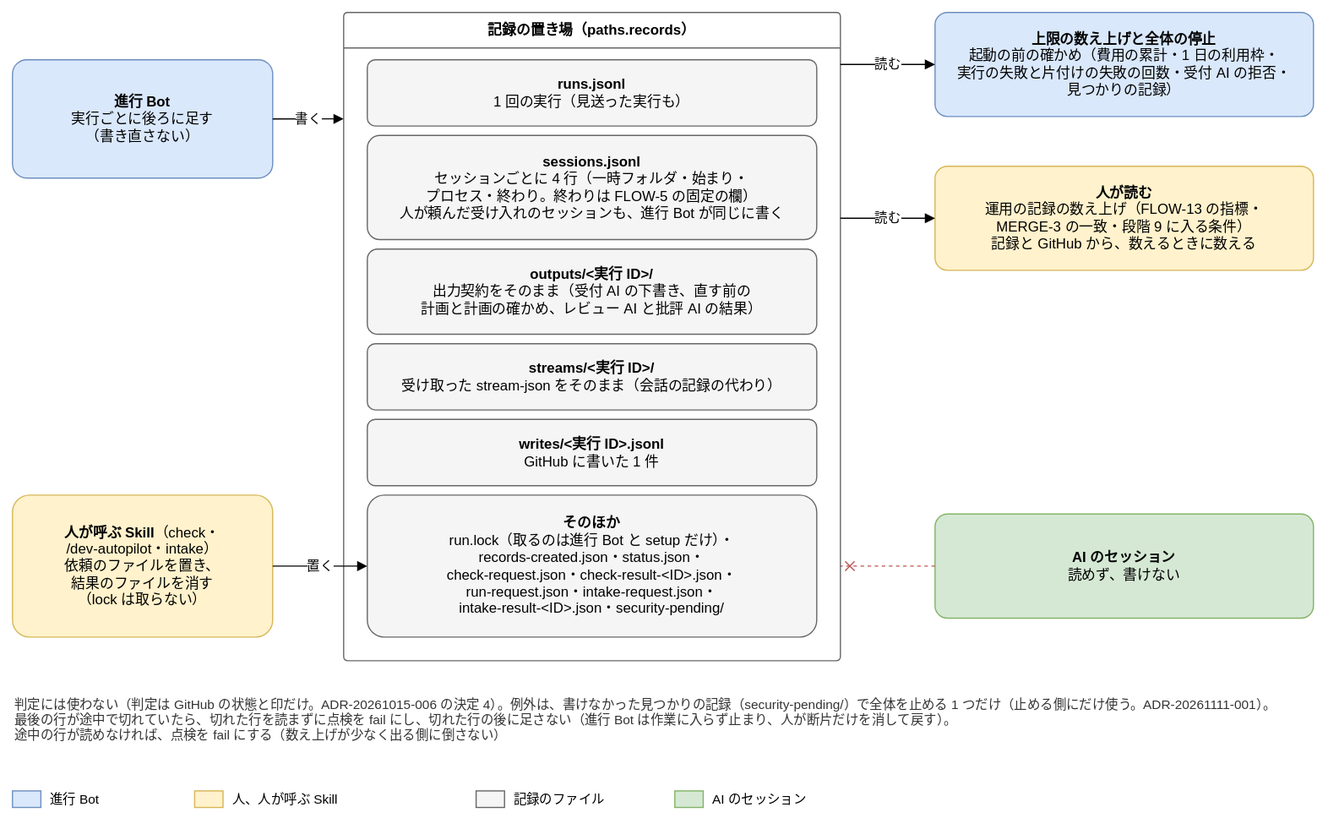
The draw.io diagram docs/design/basic/diagrams/02-records.drawio.svg in Joymerrevent/dev-autopilot, before a commit. Source tidied: cells renumbered, new cells last; positions are measured from the earlier drawing's top-left corner, leaving out a move shared by most shapes. Source of this version:
```xml
<mxGraphModel background="#ffffff">
  <root>
    <mxCell id="0" />
    <mxCell id="1" parent="0" />
    <mxCell id="2" value="記録の置き場（paths.records）" style="swimlane;startSize=30;html=1;whiteSpace=wrap;rounded=1;arcSize=4;fontStyle=1;fontSize=12;strokeColor=#666666;fillColor=none;swimlaneFillColor=none;" parent="1" vertex="1">
      <mxGeometry x="280" width="420" height="548" as="geometry" />
    </mxCell>
    <mxCell id="3" value="&lt;b&gt;runs.jsonl&lt;/b&gt;&lt;br&gt;1 回の実行（見送った実行も）" style="rounded=1;whiteSpace=wrap;html=1;fontSize=12;arcSize=12;fillColor=#f5f5f5;strokeColor=#666666;spacing=8;" parent="1" vertex="1">
      <mxGeometry x="300" y="40" width="380" height="56" as="geometry" />
    </mxCell>
    <mxCell id="4" value="&lt;b&gt;sessions.jsonl&lt;/b&gt;&lt;br&gt;セッションごとに 4 行（一時フォルダ・始まり・&lt;br&gt;プロセス・終わり。終わりは FLOW-5 の固定の欄）&lt;br&gt;人が頼んだ受け入れのセッションも、進行 Bot が同じに書く" style="rounded=1;whiteSpace=wrap;html=1;fontSize=12;arcSize=12;fillColor=#f5f5f5;strokeColor=#666666;spacing=8;" parent="1" vertex="1">
      <mxGeometry x="300" y="104" width="380" height="88" as="geometry" />
    </mxCell>
    <mxCell id="5" value="&lt;b&gt;outputs/&amp;lt;実行 ID&amp;gt;/&lt;/b&gt;&lt;br&gt;出力契約をそのまま（受付 AI の下書き、直す前の&lt;br&gt;計画と計画の確かめ、レビュー AI と批評 AI の結果）" style="rounded=1;whiteSpace=wrap;html=1;fontSize=12;arcSize=12;fillColor=#f5f5f5;strokeColor=#666666;spacing=8;" parent="1" vertex="1">
      <mxGeometry x="300" y="200" width="380" height="72" as="geometry" />
    </mxCell>
    <mxCell id="6" value="&lt;b&gt;streams/&amp;lt;実行 ID&amp;gt;/&lt;/b&gt;&lt;br&gt;受け取った stream-json をそのまま（会話の記録の代わり）" style="rounded=1;whiteSpace=wrap;html=1;fontSize=12;arcSize=12;fillColor=#f5f5f5;strokeColor=#666666;spacing=8;" parent="1" vertex="1">
      <mxGeometry x="300" y="280" width="380" height="56" as="geometry" />
    </mxCell>
    <mxCell id="7" value="&lt;b&gt;writes/&amp;lt;実行 ID&amp;gt;.jsonl&lt;/b&gt;&lt;br&gt;GitHub に書いた 1 件" style="rounded=1;whiteSpace=wrap;html=1;fontSize=12;arcSize=12;fillColor=#f5f5f5;strokeColor=#666666;spacing=8;" parent="1" vertex="1">
      <mxGeometry x="300" y="344" width="380" height="56" as="geometry" />
    </mxCell>
    <mxCell id="8" value="&lt;b&gt;そのほか&lt;/b&gt;&lt;br&gt;run.lock（取るのは進行 Bot と setup だけ）・&lt;br&gt;records-created.json・status.json・&lt;br&gt;check-request.json・check-result-&amp;lt;ID&amp;gt;.json・&lt;br&gt;run-request.json・intake-request.json・&lt;br&gt;intake-result-&amp;lt;ID&amp;gt;.json・security-pending/" style="rounded=1;whiteSpace=wrap;html=1;fontSize=12;arcSize=12;fillColor=#f5f5f5;strokeColor=#666666;spacing=8;" parent="1" vertex="1">
      <mxGeometry x="300" y="408" width="380" height="120" as="geometry" />
    </mxCell>
    <mxCell id="9" value="&lt;b&gt;進行 Bot&lt;/b&gt;&lt;br&gt;実行ごとに後ろに足す&lt;br&gt;（書き直さない）" style="rounded=1;whiteSpace=wrap;html=1;fontSize=12;arcSize=12;fillColor=#dae8fc;strokeColor=#6c8ebf;spacing=8;" parent="1" vertex="1">
      <mxGeometry y="40" width="220" height="100" as="geometry" />
    </mxCell>
    <mxCell id="10" value="書く" style="edgeStyle=orthogonalEdgeStyle;rounded=1;html=1;endArrow=block;endFill=1;fontSize=11;labelBackgroundColor=#ffffff;exitX=1;exitY=0.5;exitDx=0;exitDy=0;entryX=0;entryY=0.1642;entryDx=0;entryDy=0;" parent="1" edge="1" source="9" target="2">
      <mxGeometry relative="1" as="geometry" />
    </mxCell>
    <mxCell id="11" value="&lt;b&gt;人が呼ぶ Skill&lt;/b&gt;（check・&lt;br&gt;/dev-autopilot・intake）&lt;br&gt;依頼のファイルを置き、&lt;br&gt;結果のファイルを消す&lt;br&gt;（lock は取らない）" style="rounded=1;whiteSpace=wrap;html=1;fontSize=12;arcSize=12;fillColor=#fff2cc;strokeColor=#d6b656;spacing=8;" parent="1" vertex="1">
      <mxGeometry y="408" width="220" height="120" as="geometry" />
    </mxCell>
    <mxCell id="12" value="置く" style="edgeStyle=orthogonalEdgeStyle;rounded=1;html=1;endArrow=block;endFill=1;fontSize=11;labelBackgroundColor=#ffffff;exitX=1;exitY=0.5;exitDx=0;exitDy=0;entryX=0;entryY=0.5;entryDx=0;entryDy=0;" parent="1" edge="1" source="11" target="8">
      <mxGeometry relative="1" as="geometry" />
    </mxCell>
    <mxCell id="13" value="&lt;b&gt;上限の数え上げと全体の停止&lt;/b&gt;&lt;br&gt;起動の前の確かめ（費用の累計・1 日の利用枠・&lt;br&gt;実行の失敗と片付けの失敗の回数・受付 AI の拒否・&lt;br&gt;見つかりの記録）" style="rounded=1;whiteSpace=wrap;html=1;fontSize=12;arcSize=12;fillColor=#dae8fc;strokeColor=#6c8ebf;spacing=8;" parent="1" vertex="1">
      <mxGeometry x="780" width="320" height="88" as="geometry" />
    </mxCell>
    <mxCell id="14" value="読む" style="edgeStyle=orthogonalEdgeStyle;rounded=1;html=1;endArrow=block;endFill=1;fontSize=11;labelBackgroundColor=#ffffff;exitX=1;exitY=0.0803;exitDx=0;exitDy=0;entryX=0;entryY=0.5;entryDx=0;entryDy=0;" parent="1" edge="1" source="2" target="13">
      <mxGeometry relative="1" as="geometry" />
    </mxCell>
    <mxCell id="15" value="&lt;b&gt;人が読む&lt;/b&gt;&lt;br&gt;運用の記録の数え上げ（FLOW-13 の指標・&lt;br&gt;MERGE-3 の一致・段階 9 に入る条件）&lt;br&gt;記録と GitHub から、数えるときに数える" style="rounded=1;whiteSpace=wrap;html=1;fontSize=12;arcSize=12;fillColor=#fff2cc;strokeColor=#d6b656;spacing=8;" parent="1" vertex="1">
      <mxGeometry x="780" y="130" width="320" height="88" as="geometry" />
    </mxCell>
    <mxCell id="16" value="読む" style="edgeStyle=orthogonalEdgeStyle;rounded=1;html=1;endArrow=block;endFill=1;fontSize=11;labelBackgroundColor=#ffffff;exitX=1;exitY=0.3175;exitDx=0;exitDy=0;entryX=0;entryY=0.5;entryDx=0;entryDy=0;" parent="1" edge="1" source="2" target="15">
      <mxGeometry relative="1" as="geometry" />
    </mxCell>
    <mxCell id="17" value="&lt;b&gt;AI のセッション&lt;/b&gt;&lt;br&gt;読めず、書けない" style="rounded=1;whiteSpace=wrap;html=1;fontSize=12;arcSize=12;fillColor=#d5e8d4;strokeColor=#82b366;spacing=8;" parent="1" vertex="1">
      <mxGeometry x="780" y="424" width="320" height="88" as="geometry" />
    </mxCell>
    <mxCell id="18" style="edgeStyle=orthogonalEdgeStyle;rounded=1;html=1;endArrow=block;endFill=1;fontSize=11;labelBackgroundColor=#ffffff;dashed=1;strokeColor=#b85450;endArrow=cross;endFill=0;exitX=0;exitY=0.5;exitDx=0;exitDy=0;entryX=1;entryY=0.854;entryDx=0;entryDy=0;" parent="1" edge="1" source="17" target="2">
      <mxGeometry relative="1" as="geometry" />
    </mxCell>
    <mxCell id="19" value="判定には使わない（判定は GitHub の状態と印だけ。ADR-20261015-006 の決定 4）。例外は、書けなかった見つかりの記録（security-pending/）で全体を止める 1 つだけ（止める側にだけ使う。ADR-20261111-001）。&lt;br&gt;最後の行が途中で切れていたら、切れた行を読まずに点検を fail にし、切れた行の後に足さない（進行 Bot は作業に入らず止まり、人が断片だけを消して戻す）。&lt;br&gt;途中の行が読めなければ、点検を fail にする（数え上げが少なく出る側に倒さない）" style="text;html=1;whiteSpace=wrap;align=left;verticalAlign=top;fontSize=11;fontColor=#333333;" parent="1" vertex="1">
      <mxGeometry y="572" width="1100" height="60" as="geometry" />
    </mxCell>
    <mxCell id="20" style="rounded=0;whiteSpace=wrap;html=1;fillColor=#dae8fc;strokeColor=#6c8ebf;" parent="1" vertex="1">
      <mxGeometry y="658" width="24" height="14" as="geometry" />
    </mxCell>
    <mxCell id="21" value="進行 Bot" style="text;html=1;whiteSpace=wrap;align=left;verticalAlign=middle;fontSize=11;" parent="1" vertex="1">
      <mxGeometry x="30" y="652" width="104" height="26" as="geometry" />
    </mxCell>
    <mxCell id="22" style="rounded=0;whiteSpace=wrap;html=1;fillColor=#fff2cc;strokeColor=#d6b656;" parent="1" vertex="1">
      <mxGeometry x="154" y="658" width="24" height="14" as="geometry" />
    </mxCell>
    <mxCell id="23" value="人、人が呼ぶ Skill" style="text;html=1;whiteSpace=wrap;align=left;verticalAlign=middle;fontSize=11;" parent="1" vertex="1">
      <mxGeometry x="184" y="652" width="188" height="26" as="geometry" />
    </mxCell>
    <mxCell id="24" style="rounded=0;whiteSpace=wrap;html=1;fillColor=#f5f5f5;strokeColor=#666666;" parent="1" vertex="1">
      <mxGeometry x="392" y="658" width="24" height="14" as="geometry" />
    </mxCell>
    <mxCell id="25" value="記録のファイル" style="text;html=1;whiteSpace=wrap;align=left;verticalAlign=middle;fontSize=11;" parent="1" vertex="1">
      <mxGeometry x="422" y="652" width="118" height="26" as="geometry" />
    </mxCell>
    <mxCell id="26" style="rounded=0;whiteSpace=wrap;html=1;fillColor=#d5e8d4;strokeColor=#82b366;" parent="1" vertex="1">
      <mxGeometry x="560" y="658" width="24" height="14" as="geometry" />
    </mxCell>
    <mxCell id="27" value="AI のセッション" style="text;html=1;whiteSpace=wrap;align=left;verticalAlign=middle;fontSize=11;" parent="1" vertex="1">
      <mxGeometry x="590" y="652" width="146" height="26" as="geometry" />
    </mxCell>
  </root>
</mxGraphModel>
```
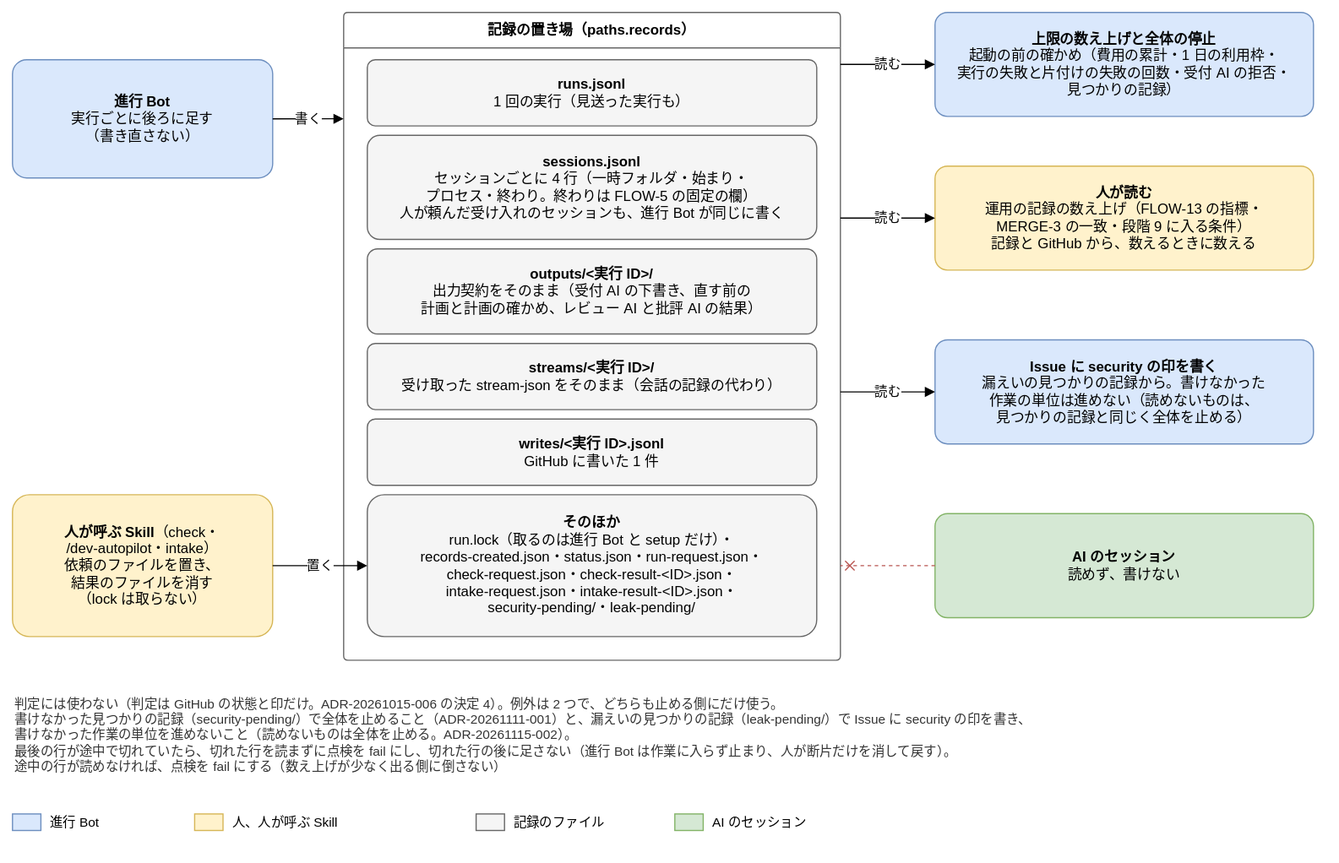
Later version of the same file.

Diff of the diagram source:
```diff
@@ -20,7 +20,7 @@
     <mxCell id="7" value="&lt;b&gt;writes/&amp;lt;実行 ID&amp;gt;.jsonl&lt;/b&gt;&lt;br&gt;GitHub に書いた 1 件" style="rounded=1;whiteSpace=wrap;html=1;fontSize=12;arcSize=12;fillColor=#f5f5f5;strokeColor=#666666;spacing=8;" parent="1" vertex="1">
       <mxGeometry x="300" y="344" width="380" height="56" as="geometry" />
     </mxCell>
-    <mxCell id="8" value="&lt;b&gt;そのほか&lt;/b&gt;&lt;br&gt;run.lock（取るのは進行 Bot と setup だけ）・&lt;br&gt;records-created.json・status.json・&lt;br&gt;check-request.json・check-result-&amp;lt;ID&amp;gt;.json・&lt;br&gt;run-request.json・intake-request.json・&lt;br&gt;intake-result-&amp;lt;ID&amp;gt;.json・security-pending/" style="rounded=1;whiteSpace=wrap;html=1;fontSize=12;arcSize=12;fillColor=#f5f5f5;strokeColor=#666666;spacing=8;" parent="1" vertex="1">
+    <mxCell id="8" value="&lt;b&gt;そのほか&lt;/b&gt;&lt;br&gt;run.lock（取るのは進行 Bot と setup だけ）・&lt;br&gt;records-created.json・status.json・run-request.json・&lt;br&gt;check-request.json・check-result-&amp;lt;ID&amp;gt;.json・&lt;br&gt;intake-request.json・intake-result-&amp;lt;ID&amp;gt;.json・&lt;br&gt;security-pending/・leak-pending/" style="rounded=1;whiteSpace=wrap;html=1;fontSize=12;arcSize=12;fillColor=#f5f5f5;strokeColor=#666666;spacing=8;" parent="1" vertex="1">
       <mxGeometry x="300" y="408" width="380" height="120" as="geometry" />
     </mxCell>
     <mxCell id="9" value="&lt;b&gt;進行 Bot&lt;/b&gt;&lt;br&gt;実行ごとに後ろに足す&lt;br&gt;（書き直さない）" style="rounded=1;whiteSpace=wrap;html=1;fontSize=12;arcSize=12;fillColor=#dae8fc;strokeColor=#6c8ebf;spacing=8;" parent="1" vertex="1">
@@ -44,41 +44,47 @@
     <mxCell id="15" value="&lt;b&gt;人が読む&lt;/b&gt;&lt;br&gt;運用の記録の数え上げ（FLOW-13 の指標・&lt;br&gt;MERGE-3 の一致・段階 9 に入る条件）&lt;br&gt;記録と GitHub から、数えるときに数える" style="rounded=1;whiteSpace=wrap;html=1;fontSize=12;arcSize=12;fillColor=#fff2cc;strokeColor=#d6b656;spacing=8;" parent="1" vertex="1">
       <mxGeometry x="780" y="130" width="320" height="88" as="geometry" />
     </mxCell>
+    <mxCell id="28" value="&lt;b&gt;Issue に security の印を書く&lt;/b&gt;&lt;br&gt;漏えいの見つかりの記録から。書けなかった&lt;br&gt;作業の単位は進めない（読めないものは、&lt;br&gt;見つかりの記録と同じく全体を止める）" style="rounded=1;whiteSpace=wrap;html=1;fontSize=12;arcSize=12;fillColor=#dae8fc;strokeColor=#6c8ebf;spacing=8;" parent="1" vertex="1">
+      <mxGeometry x="780" y="277" width="320" height="88" as="geometry" />
+    </mxCell>
     <mxCell id="16" value="読む" style="edgeStyle=orthogonalEdgeStyle;rounded=1;html=1;endArrow=block;endFill=1;fontSize=11;labelBackgroundColor=#ffffff;exitX=1;exitY=0.3175;exitDx=0;exitDy=0;entryX=0;entryY=0.5;entryDx=0;entryDy=0;" parent="1" edge="1" source="2" target="15">
       <mxGeometry relative="1" as="geometry" />
     </mxCell>
+    <mxCell id="29" value="読む" style="edgeStyle=orthogonalEdgeStyle;rounded=1;html=1;endArrow=block;endFill=1;fontSize=11;labelBackgroundColor=#ffffff;exitX=1;exitY=0.5858;exitDx=0;exitDy=0;entryX=0;entryY=0.5;entryDx=0;entryDy=0;" parent="1" edge="1" source="2" target="28">
+      <mxGeometry relative="1" as="geometry" />
+    </mxCell>
     <mxCell id="17" value="&lt;b&gt;AI のセッション&lt;/b&gt;&lt;br&gt;読めず、書けない" style="rounded=1;whiteSpace=wrap;html=1;fontSize=12;arcSize=12;fillColor=#d5e8d4;strokeColor=#82b366;spacing=8;" parent="1" vertex="1">
       <mxGeometry x="780" y="424" width="320" height="88" as="geometry" />
     </mxCell>
     <mxCell id="18" style="edgeStyle=orthogonalEdgeStyle;rounded=1;html=1;endArrow=block;endFill=1;fontSize=11;labelBackgroundColor=#ffffff;dashed=1;strokeColor=#b85450;endArrow=cross;endFill=0;exitX=0;exitY=0.5;exitDx=0;exitDy=0;entryX=1;entryY=0.854;entryDx=0;entryDy=0;" parent="1" edge="1" source="17" target="2">
       <mxGeometry relative="1" as="geometry" />
     </mxCell>
-    <mxCell id="19" value="判定には使わない（判定は GitHub の状態と印だけ。ADR-20261015-006 の決定 4）。例外は、書けなかった見つかりの記録（security-pending/）で全体を止める 1 つだけ（止める側にだけ使う。ADR-20261111-001）。&lt;br&gt;最後の行が途中で切れていたら、切れた行を読まずに点検を fail にし、切れた行の後に足さない（進行 Bot は作業に入らず止まり、人が断片だけを消して戻す）。&lt;br&gt;途中の行が読めなければ、点検を fail にする（数え上げが少なく出る側に倒さない）" style="text;html=1;whiteSpace=wrap;align=left;verticalAlign=top;fontSize=11;fontColor=#333333;" parent="1" vertex="1">
-      <mxGeometry y="572" width="1100" height="60" as="geometry" />
+    <mxCell id="19" value="判定には使わない（判定は GitHub の状態と印だけ。ADR-20261015-006 の決定 4）。例外は 2 つで、どちらも止める側にだけ使う。&lt;br&gt;書けなかった見つかりの記録（security-pending/）で全体を止めること（ADR-20261111-001）と、漏えいの見つかりの記録（leak-pending/）で Issue に security の印を書き、&lt;br&gt;書けなかった作業の単位を進めないこと（読めないものは全体を止める。ADR-20261115-002）。&lt;br&gt;最後の行が途中で切れていたら、切れた行を読まずに点検を fail にし、切れた行の後に足さない（進行 Bot は作業に入らず止まり、人が断片だけを消して戻す）。&lt;br&gt;途中の行が読めなければ、点検を fail にする（数え上げが少なく出る側に倒さない）" style="text;html=1;whiteSpace=wrap;align=left;verticalAlign=top;fontSize=11;fontColor=#333333;" parent="1" vertex="1">
+      <mxGeometry y="572" width="1100" height="80" as="geometry" />
     </mxCell>
     <mxCell id="20" style="rounded=0;whiteSpace=wrap;html=1;fillColor=#dae8fc;strokeColor=#6c8ebf;" parent="1" vertex="1">
-      <mxGeometry y="658" width="24" height="14" as="geometry" />
+      <mxGeometry y="678" width="24" height="14" as="geometry" />
     </mxCell>
     <mxCell id="21" value="進行 Bot" style="text;html=1;whiteSpace=wrap;align=left;verticalAlign=middle;fontSize=11;" parent="1" vertex="1">
-      <mxGeometry x="30" y="652" width="104" height="26" as="geometry" />
+      <mxGeometry x="30" y="672" width="104" height="26" as="geometry" />
     </mxCell>
     <mxCell id="22" style="rounded=0;whiteSpace=wrap;html=1;fillColor=#fff2cc;strokeColor=#d6b656;" parent="1" vertex="1">
-      <mxGeometry x="154" y="658" width="24" height="14" as="geometry" />
+      <mxGeometry x="154" y="678" width="24" height="14" as="geometry" />
     </mxCell>
     <mxCell id="23" value="人、人が呼ぶ Skill" style="text;html=1;whiteSpace=wrap;align=left;verticalAlign=middle;fontSize=11;" parent="1" vertex="1">
-      <mxGeometry x="184" y="652" width="188" height="26" as="geometry" />
+      <mxGeometry x="184" y="672" width="188" height="26" as="geometry" />
     </mxCell>
     <mxCell id="24" style="rounded=0;whiteSpace=wrap;html=1;fillColor=#f5f5f5;strokeColor=#666666;" parent="1" vertex="1">
-      <mxGeometry x="392" y="658" width="24" height="14" as="geometry" />
+      <mxGeometry x="392" y="678" width="24" height="14" as="geometry" />
     </mxCell>
     <mxCell id="25" value="記録のファイル" style="text;html=1;whiteSpace=wrap;align=left;verticalAlign=middle;fontSize=11;" parent="1" vertex="1">
-      <mxGeometry x="422" y="652" width="118" height="26" as="geometry" />
+      <mxGeometry x="422" y="672" width="118" height="26" as="geometry" />
     </mxCell>
     <mxCell id="26" style="rounded=0;whiteSpace=wrap;html=1;fillColor=#d5e8d4;strokeColor=#82b366;" parent="1" vertex="1">
-      <mxGeometry x="560" y="658" width="24" height="14" as="geometry" />
+      <mxGeometry x="560" y="678" width="24" height="14" as="geometry" />
     </mxCell>
     <mxCell id="27" value="AI のセッション" style="text;html=1;whiteSpace=wrap;align=left;verticalAlign=middle;fontSize=11;" parent="1" vertex="1">
-      <mxGeometry x="590" y="652" width="146" height="26" as="geometry" />
+      <mxGeometry x="590" y="672" width="146" height="26" as="geometry" />
     </mxCell>
   </root>
 </mxGraphModel>
```
